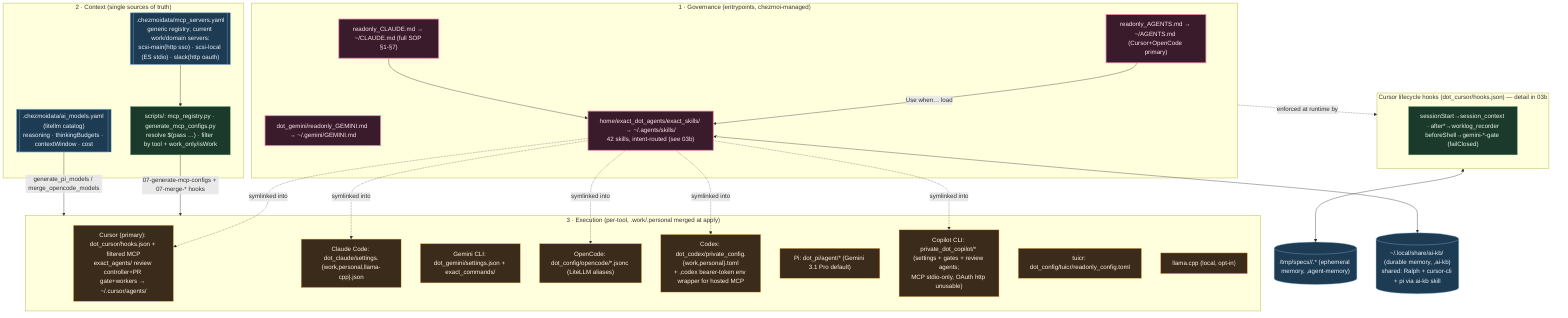
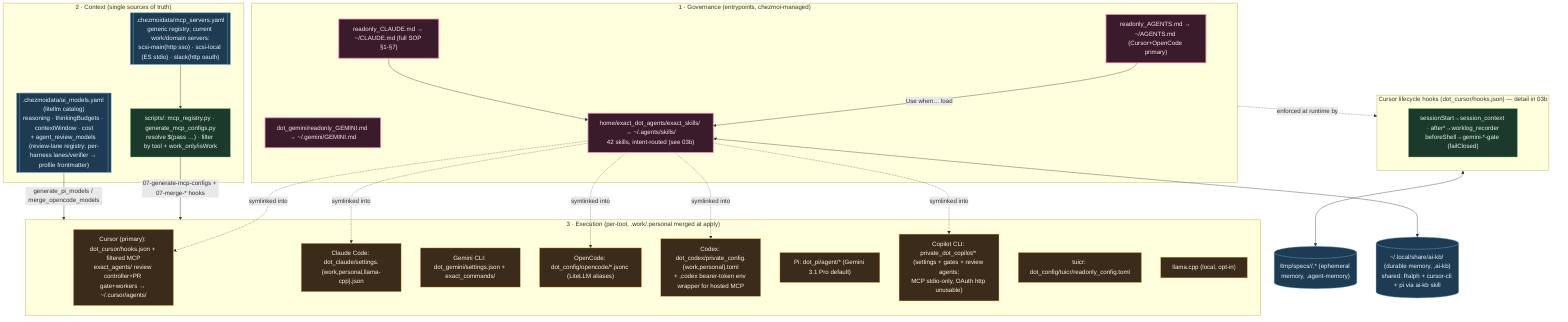
%% ============================================================================
%% 03-agentic-os.mmd — Agentic OS: governance + context + execution layers.
%% Entry SOPs + MCP/model registries + per-tool config generation.
%% Skills/hooks file-level detail → 03b. Per-tool config files → 12.
%% ============================================================================
flowchart TB
    classDef gov fill:#3a1b2b,stroke:#f48fb1,color:#fce4ec,stroke-width:2px;
    classDef ctx fill:#1b3a2b,stroke:#81c784,color:#e8f5e9;
    classDef exec fill:#3a2b1b,stroke:#ffb74d,color:#fff3e0;
    classDef data fill:#1d3b53,stroke:#7fb3d5,color:#eaf2f8;

    subgraph GOV["1 · Governance (entrypoints, chezmoi-managed)"]
        AG["readonly_AGENTS.md → ~/AGENTS.md (Cursor+OpenCode primary)"]:::gov
        CL["readonly_CLAUDE.md → ~/CLAUDE.md (full SOP §1-§7)"]:::gov
        GM["dot_gemini/readonly_GEMINI.md → ~/.gemini/GEMINI.md"]:::gov
        SK["home/exact_dot_agents/exact_skills/ → ~/.agents/skills/<br/>42 skills, intent-routed (see 03b)"]:::gov
        AG -->|Use when… load| SK
        CL --> SK
    end

    subgraph CTX["2 · Context (single sources of truth)"]
        REG[[".chezmoidata/mcp_servers.yaml<br/>generic registry; current work/domain servers:<br/>scsi-main(http sso) · scsi-local (ES stdio) · slack(http oauth)"]]:::data
-         MODELS[[".chezmoidata/ai_models.yaml (litellm catalog)<br/>reasoning · thinkingBudgets · contextWindow · cost"]]:::data
+         MODELS[[".chezmoidata/ai_models.yaml (litellm catalog)<br/>reasoning · thinkingBudgets · contextWindow · cost<br/>+ agent_review_models (review-lane registry: per-harness lanes/verifier → profile frontmatter)"]]:::data
        GEN["scripts/: mcp_registry.py · generate_mcp_configs.py<br/>resolve $(pass …) · filter by tool + work_only/isWork"]:::ctx
        REG --> GEN
    end

    subgraph EXECL["3 · Execution (per-tool, .work/.personal merged at apply)"]
        CURSOR["Cursor (primary): dot_cursor/hooks.json + filtered MCP<br/>exact_agents/ review controller+PR gate+workers → ~/.cursor/agents/"]:::exec
        CLAUDE["Claude Code: dot_claude/settings.{work,personal,llama-cpp}.json"]:::exec
        GEMINI["Gemini CLI: dot_gemini/settings.json + exact_commands/"]:::exec
        OPENCODE["OpenCode: dot_config/opencode/*.jsonc (LiteLLM aliases)"]:::exec
        CODEX["Codex: dot_codex/private_config.{work,personal}.toml<br/>+ ,codex bearer-token env wrapper for hosted MCP"]:::exec
        PI["Pi: dot_pi/agent/* (Gemini 3.1 Pro default)"]:::exec
        COPILOT["Copilot CLI: private_dot_copilot/* (settings + gates + review agents;<br/>MCP stdio-only, OAuth http unusable)"]:::exec
        TUICR["tuicr: dot_config/tuicr/readonly_config.toml"]:::exec
        LOCAL["llama.cpp (local, opt-in)"]:::exec
    end

    GEN -->|07-generate-mcp-configs + 07-merge-* hooks| EXECL
    MODELS -->|generate_pi_models / merge_opencode_models| EXECL
    SK -. symlinked into .-> CURSOR & CLAUDE & OPENCODE & CODEX & COPILOT

    subgraph HOOKS["Cursor lifecycle hooks (dot_cursor/hooks.json) — detail in 03b"]
        H["sessionStart→session_context · after*→worklog_recorder<br/>beforeShell→gemini-*-gate (failClosed)"]:::ctx
    end
    GOV -.enforced at runtime by.-> HOOKS
    MEM[("/tmp/specs/<pwd>/<topic>.* (ephemeral memory, ,agent-memory)")]:::data
    HOOKS <--> MEM
    KBDB[("~/.local/share/ai-kb/ (durable memory, ,ai-kb)<br/>shared: Ralph + cursor-cli + pi via ai-kb skill")]:::data
    SK <--> KBDB
